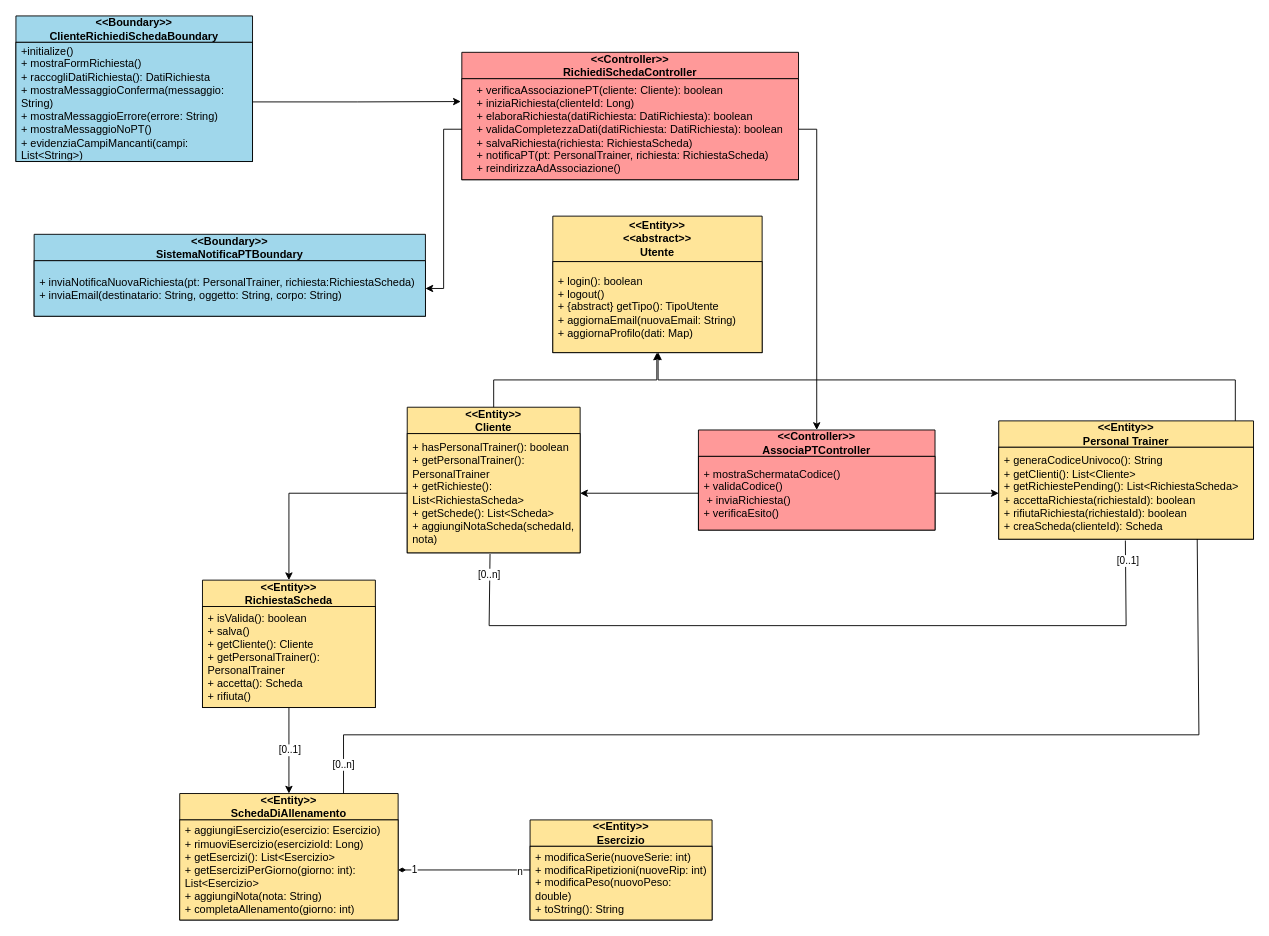
Above: VOPC/VOPCRichiediScheda.drawio in FedericoSib/FitPlan (draw.io), before the change. Source tidied: cells renumbered, new cells numbered last; positions are measured from the earlier drawing's top-left corner, leaving out a move shared by most shapes. Both pictures are drawn from the tidied source at 91%, with x=0, y=0 at pixel (15, 15).
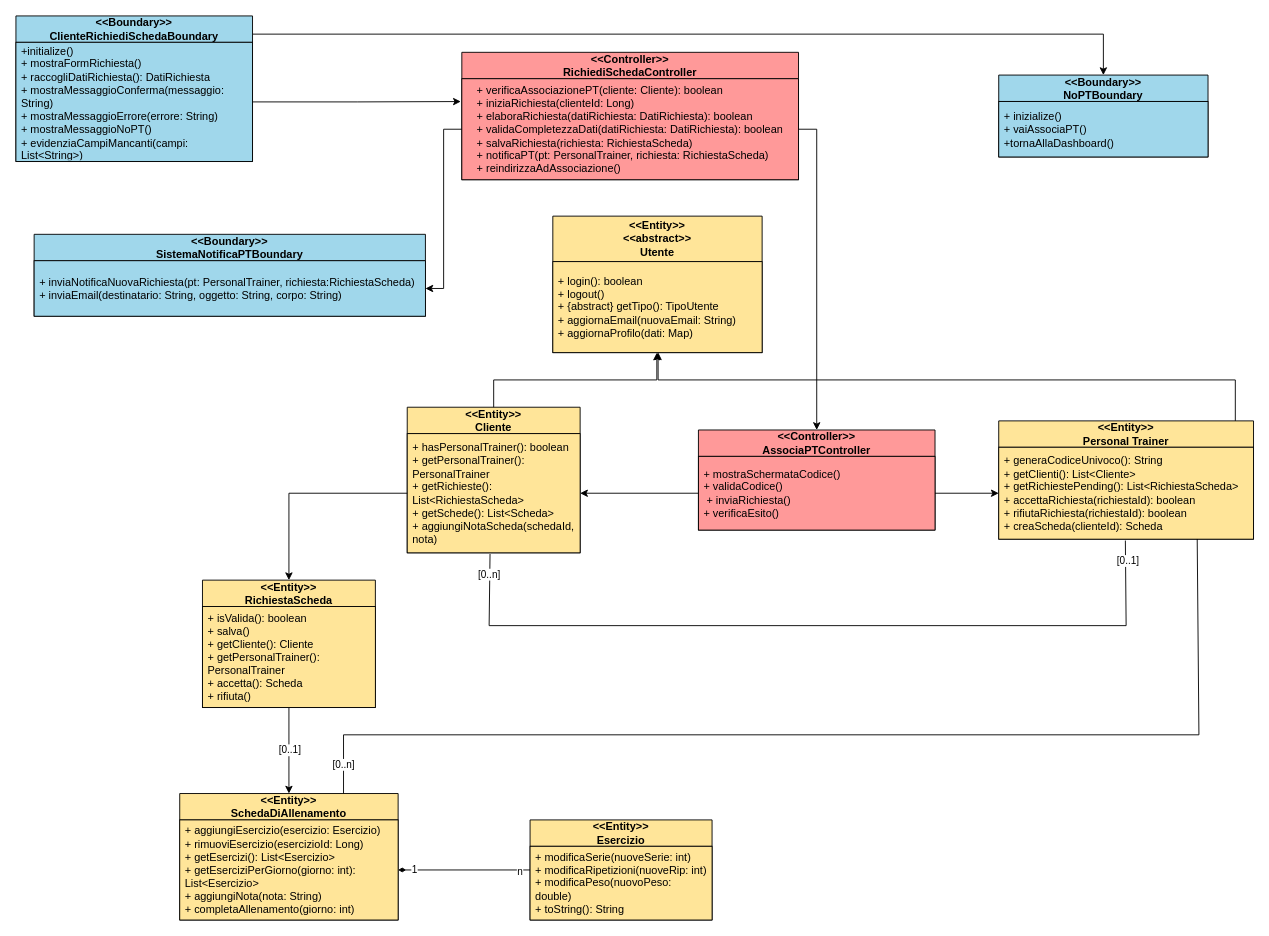
Above is the later version.

The change refers to these unchanged cells:
```xml
<mxCell id="2" value="&lt;div&gt;&amp;lt;&amp;lt;Boundary&amp;gt;&amp;gt;&lt;/div&gt;&lt;div&gt;ClienteRichiediSchedaBoundary&lt;/div&gt;" style="swimlane;fontStyle=1;align=center;verticalAlign=middle;horizontal=1;startSize=29;html=1;whiteSpace=wrap;swimlaneFillColor=light-dark(#ffffff, #ededed);fillColor=#A0D7EB;" parent="1" vertex="1">
  <mxGeometry width="260" height="160" as="geometry" />
</mxCell>
```

The edit, as a diff of the source:
```diff
@@
+    <mxCell id="42" style="edgeStyle=orthogonalEdgeStyle;rounded=0;jettySize=auto;html=1;entryX=0.5;entryY=0;entryDx=0;entryDy=0;" parent="1" edge="1" source="2" target="43">
+      <mxGeometry relative="1" as="geometry">
+        <Array as="points">
+          <mxPoint x="1195" y="20" />
+        </Array>
+      </mxGeometry>
+    </mxCell>
@@
+    <mxCell id="43" value="&lt;div&gt;&amp;lt;&amp;lt;Boundary&amp;gt;&amp;gt;&lt;/div&gt;&lt;div&gt;NoPTBoundary&lt;/div&gt;" style="swimlane;fontStyle=1;align=center;verticalAlign=middle;horizontal=1;startSize=29;html=1;whiteSpace=wrap;swimlaneFillColor=light-dark(#ffffff, #ededed);fillColor=#A0D7EB;" parent="1" vertex="1">
+      <mxGeometry x="1080" y="65" width="230" height="90" as="geometry" />
+    </mxCell>
+    <mxCell id="44" value="&lt;div align=&quot;left&quot;&gt;+ inizialize()&lt;br&gt;+ vaiAssociaPT()&lt;/div&gt;&lt;div align=&quot;left&quot;&gt;+tornaAllaDashboard()&lt;/div&gt;" style="text;html=1;strokeColor=default;fillColor=#A0D7EB;align=left;verticalAlign=middle;spacingLeft=4;spacingRight=4;overflow=hidden;whiteSpace=wrap;" parent="43" vertex="1">
+      <mxGeometry y="29" width="230" height="61" as="geometry" />
+    </mxCell>
```
